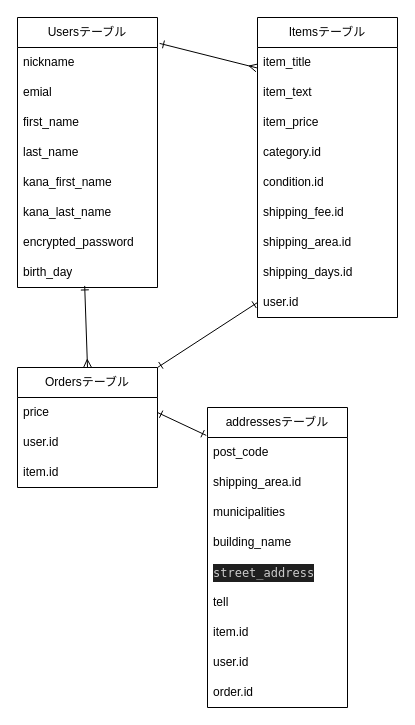
Above: test.dio in yato1122/furima-39462 (draw.io), before the change. Source tidied: cells renumbered, new cells numbered last; positions are measured from the earlier drawing's top-left corner, leaving out a move shared by most shapes. Both pictures are drawn from the tidied source at 100%, with x=0, y=0 at pixel (17, 17).
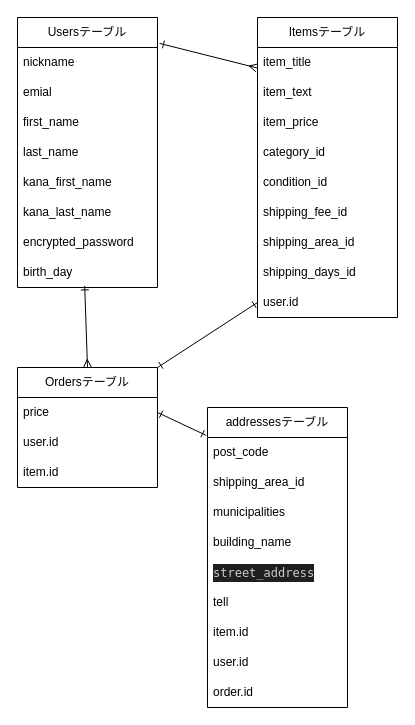
Above is the later version.

Unchanged cells that the change refers to:
```xml
<mxCell id="11" value="Itemsテーブル" style="swimlane;fontStyle=0;horizontal=1;startSize=30;whiteSpace=wrap;html=1;" parent="1" vertex="1">
  <mxGeometry x="240" width="140" height="300" as="geometry" />
</mxCell>
<mxCell id="28" value="addressesテーブル" style="swimlane;fontStyle=0;horizontal=1;startSize=30;whiteSpace=wrap;html=1;" parent="1" vertex="1">
  <mxGeometry x="190" y="390" width="140" height="300" as="geometry" />
</mxCell>
```

Diff of the diagram source:
```diff
@@
-    <mxCell id="16" value="category.id" style="text;strokeColor=none;fillColor=none;align=left;verticalAlign=middle;spacingLeft=4;spacingRight=4;overflow=hidden;whiteSpace=wrap;html=1;" parent="11" vertex="1">
+    <mxCell id="16" value="category_id" style="text;strokeColor=none;fillColor=none;align=left;verticalAlign=middle;spacingLeft=4;spacingRight=4;overflow=hidden;whiteSpace=wrap;html=1;" parent="11" vertex="1">
       <mxGeometry y="120" width="140" height="30" as="geometry" />
     </mxCell>
-    <mxCell id="17" value="condition.id" style="text;strokeColor=none;fillColor=none;align=left;verticalAlign=middle;spacingLeft=4;spacingRight=4;overflow=hidden;whiteSpace=wrap;html=1;" parent="11" vertex="1">
+    <mxCell id="17" value="condition_id" style="text;strokeColor=none;fillColor=none;align=left;verticalAlign=middle;spacingLeft=4;spacingRight=4;overflow=hidden;whiteSpace=wrap;html=1;" parent="11" vertex="1">
       <mxGeometry y="150" width="140" height="30" as="geometry" />
     </mxCell>
-    <mxCell id="18" value="shipping_fee.id" style="text;strokeColor=none;fillColor=none;align=left;verticalAlign=middle;spacingLeft=4;spacingRight=4;overflow=hidden;whiteSpace=wrap;html=1;" parent="11" vertex="1">
+    <mxCell id="18" value="shipping_fee_id" style="text;strokeColor=none;fillColor=none;align=left;verticalAlign=middle;spacingLeft=4;spacingRight=4;overflow=hidden;whiteSpace=wrap;html=1;" parent="11" vertex="1">
       <mxGeometry y="180" width="140" height="30" as="geometry" />
     </mxCell>
-    <mxCell id="19" value="shipping_area.id" style="text;strokeColor=none;fillColor=none;align=left;verticalAlign=middle;spacingLeft=4;spacingRight=4;overflow=hidden;whiteSpace=wrap;html=1;" parent="11" vertex="1">
+    <mxCell id="19" value="shipping_area_id" style="text;strokeColor=none;fillColor=none;align=left;verticalAlign=middle;spacingLeft=4;spacingRight=4;overflow=hidden;whiteSpace=wrap;html=1;" parent="11" vertex="1">
       <mxGeometry y="210" width="140" height="30" as="geometry" />
     </mxCell>
-    <mxCell id="20" value="shipping_days.id" style="text;strokeColor=none;fillColor=none;align=left;verticalAlign=middle;spacingLeft=4;spacingRight=4;overflow=hidden;whiteSpace=wrap;html=1;" parent="11" vertex="1">
+    <mxCell id="20" value="shipping_days_id" style="text;strokeColor=none;fillColor=none;align=left;verticalAlign=middle;spacingLeft=4;spacingRight=4;overflow=hidden;whiteSpace=wrap;html=1;" parent="11" vertex="1">
       <mxGeometry y="240" width="140" height="30" as="geometry" />
     </mxCell>
@@
-    <mxCell id="30" value="shipping_area.id" style="text;strokeColor=none;fillColor=none;align=left;verticalAlign=middle;spacingLeft=4;spacingRight=4;overflow=hidden;whiteSpace=wrap;html=1;" parent="28" vertex="1">
+    <mxCell id="30" value="shipping_area_id" style="text;strokeColor=none;fillColor=none;align=left;verticalAlign=middle;spacingLeft=4;spacingRight=4;overflow=hidden;whiteSpace=wrap;html=1;" parent="28" vertex="1">
       <mxGeometry y="60" width="140" height="30" as="geometry" />
     </mxCell>
```
